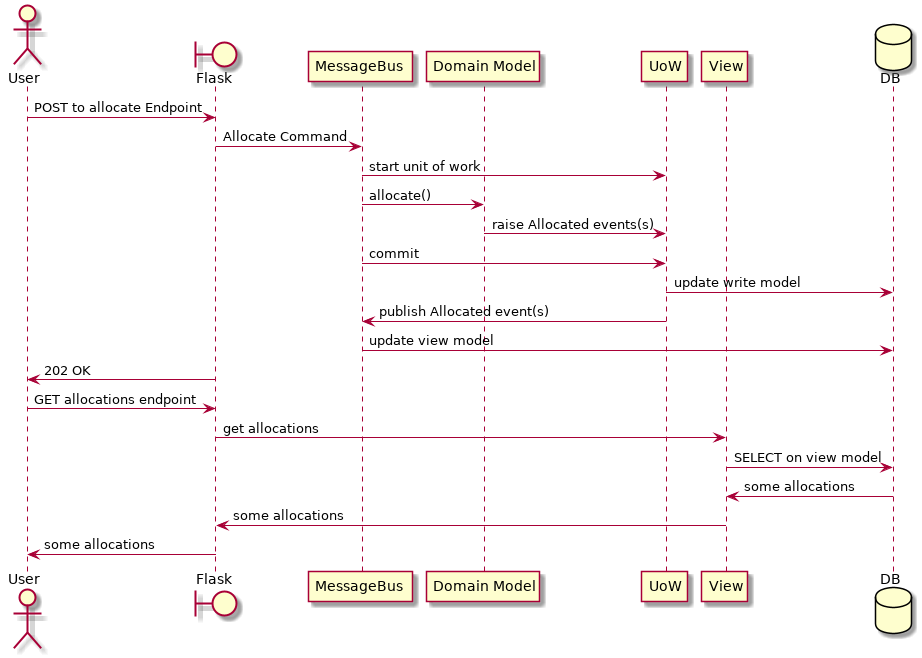
Before: images/read_model_sequence_diagram.png, a diagram exported from PlantUML (cosmicpython/book).
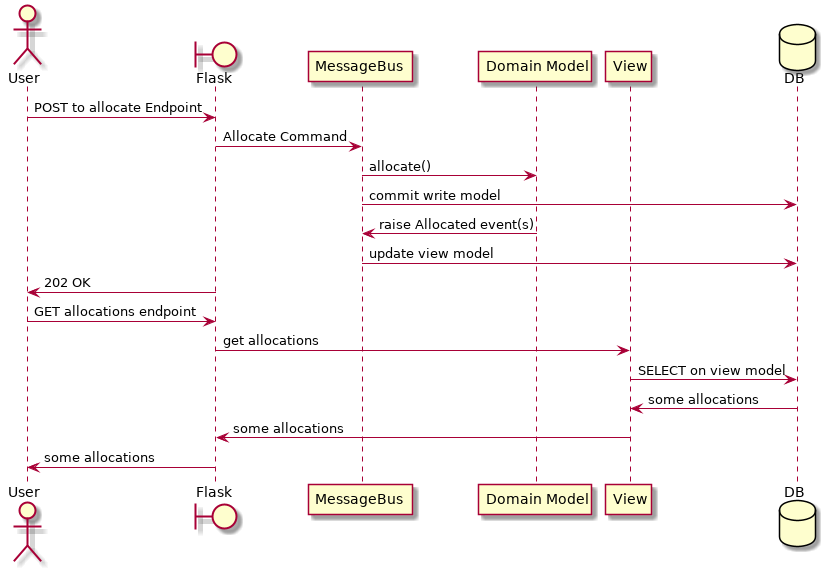
Later version of the same file.

Commit message:
simpler diag

What changed in the source:
```diff
@@ -3,19 +3,15 @@
 boundary Flask order 2
 participant MessageBus order 3
 participant "Domain Model" as Domain order 4
-participant UoW order 8
 participant View order 9
 database DB order 10
 
 User -> Flask: POST to allocate Endpoint
 Flask -> MessageBus : Allocate Command
 
-MessageBus -> UoW : start unit of work
 MessageBus -> Domain : allocate()
-Domain -> UoW: raise Allocated events(s)
-MessageBus -> UoW: commit
-UoW -> DB: update write model
-UoW -> MessageBus : publish Allocated event(s)
+MessageBus -> DB: commit write model
+Domain -> MessageBus : raise Allocated event(s)
 MessageBus -> DB : update view model
 
 Flask -> User: 202 OK
```
